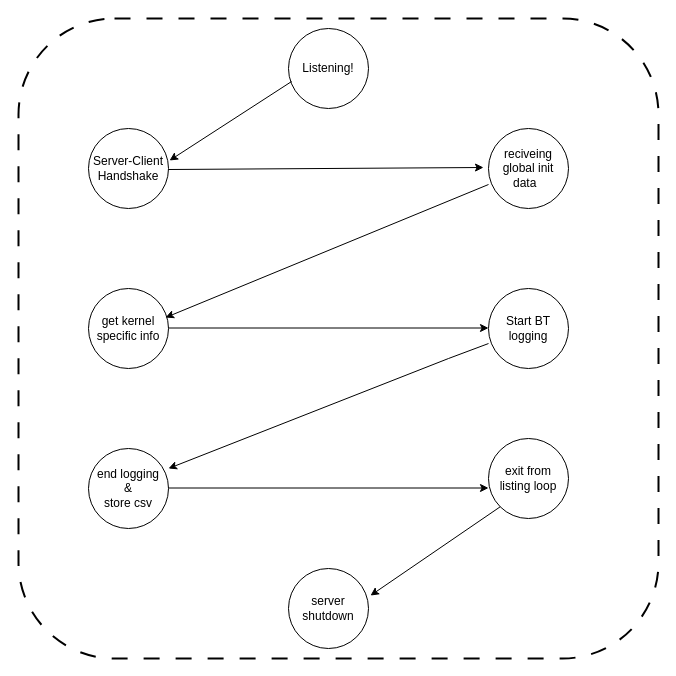
The draw.io diagram MTP_1/MTP_1_ARM_SETUP.drawio in ShikharJain97/MTP, before the edit. Source tidied: cells renumbered, new cells numbered last; positions are measured from the earlier drawing's top-left corner, leaving out a move shared by most shapes. Both pictures are drawn from the tidied source at 100%, with x=0, y=0 at pixel (18, 18).
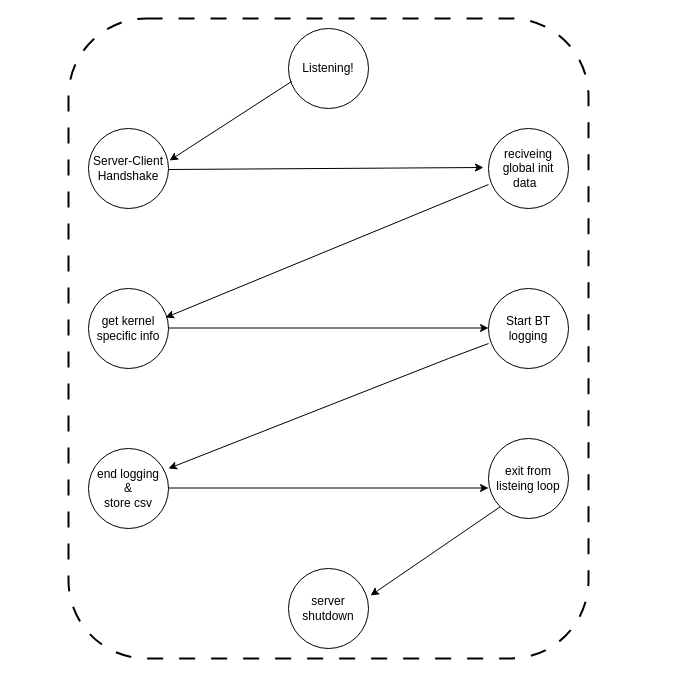
The same page after the edit.

What changed in the source:
```diff
@@
-    <mxCell id="8" value="exit from listing loop" style="ellipse;whiteSpace=wrap;html=1;" parent="1" vertex="1">
+    <mxCell id="8" value="exit from listeing loop" style="ellipse;whiteSpace=wrap;html=1;" parent="1" vertex="1">
       <mxGeometry x="470" y="420" width="80" height="80" as="geometry" />
     </mxCell>
@@
     <mxCell id="17" style="whiteSpace=wrap;html=1;fillColor=none;dashed=1;dashPattern=8 8;rounded=1;strokeWidth=2;" parent="1" vertex="1">
-      <mxGeometry width="640" height="640" as="geometry" />
+      <mxGeometry x="50" width="520" height="640" as="geometry" />
     </mxCell>
```
